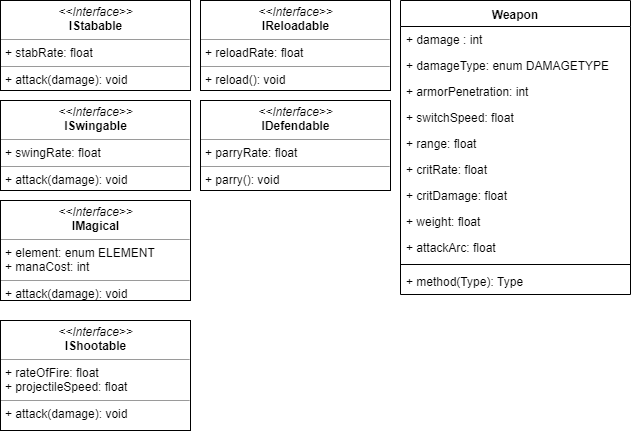
Opelsi/Prototype100 keeps this draw.io diagram as Weapons.png. Above is the earlier version. Source tidied: cells renumbered, new cells last; positions are measured from the earlier drawing's top-left corner, leaving out a move shared by most shapes.
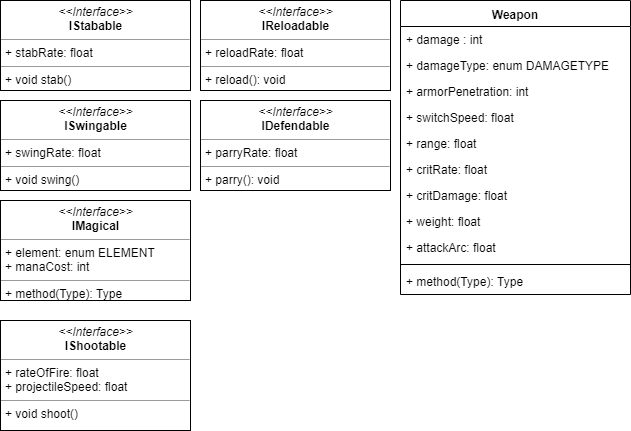
After the commit.

The edit, as a diff of the source:
```diff
@@ -38,22 +38,22 @@
     <mxCell id="13" value="+ method(Type): Type" style="text;strokeColor=none;fillColor=none;align=left;verticalAlign=top;spacingLeft=4;spacingRight=4;overflow=hidden;" parent="2" vertex="1">
       <mxGeometry y="268" width="230" height="26" as="geometry" />
     </mxCell>
-    <mxCell id="14" value="&lt;p style=&quot;margin: 0px ; margin-top: 4px ; text-align: center&quot;&gt;&lt;i&gt;&amp;lt;&amp;lt;Interface&amp;gt;&amp;gt;&lt;/i&gt;&lt;br&gt;&lt;b&gt;IMagical&lt;/b&gt;&lt;/p&gt;&lt;hr size=&quot;1&quot;&gt;&lt;p style=&quot;margin: 0px ; margin-left: 4px&quot;&gt;+ element: enum ELEMENT&lt;/p&gt;&lt;p style=&quot;margin: 0px ; margin-left: 4px&quot;&gt;+ manaCost: int&lt;/p&gt;&lt;hr size=&quot;1&quot;&gt;&lt;p style=&quot;margin: 0px ; margin-left: 4px&quot;&gt;+ attack(damage): void&lt;/p&gt;" style="verticalAlign=top;align=left;overflow=fill;fontSize=12;fontFamily=Helvetica;html=1;" parent="1" vertex="1">
+    <mxCell id="14" value="&lt;p style=&quot;margin: 0px ; margin-top: 4px ; text-align: center&quot;&gt;&lt;i&gt;&amp;lt;&amp;lt;Interface&amp;gt;&amp;gt;&lt;/i&gt;&lt;br&gt;&lt;b&gt;IMagical&lt;/b&gt;&lt;/p&gt;&lt;hr size=&quot;1&quot;&gt;&lt;p style=&quot;margin: 0px ; margin-left: 4px&quot;&gt;+ element: enum ELEMENT&lt;/p&gt;&lt;p style=&quot;margin: 0px ; margin-left: 4px&quot;&gt;+ manaCost: int&lt;/p&gt;&lt;hr size=&quot;1&quot;&gt;&lt;p style=&quot;margin: 0px ; margin-left: 4px&quot;&gt;+ method(Type): Type&lt;br&gt;&lt;/p&gt;" style="verticalAlign=top;align=left;overflow=fill;fontSize=12;fontFamily=Helvetica;html=1;" parent="1" vertex="1">
       <mxGeometry y="200" width="190" height="100" as="geometry" />
     </mxCell>
-    <mxCell id="15" value="&lt;p style=&quot;margin: 0px ; margin-top: 4px ; text-align: center&quot;&gt;&lt;i&gt;&amp;lt;&amp;lt;Interface&amp;gt;&amp;gt;&lt;/i&gt;&lt;br&gt;&lt;b&gt;ISwingable&lt;/b&gt;&lt;/p&gt;&lt;hr size=&quot;1&quot;&gt;&lt;p style=&quot;margin: 0px ; margin-left: 4px&quot;&gt;+ swingRate: float&lt;/p&gt;&lt;hr size=&quot;1&quot;&gt;&lt;p style=&quot;margin: 0px ; margin-left: 4px&quot;&gt;+ attack(damage): void&lt;/p&gt;" style="verticalAlign=top;align=left;overflow=fill;fontSize=12;fontFamily=Helvetica;html=1;" parent="1" vertex="1">
+    <mxCell id="15" value="&lt;p style=&quot;margin: 0px ; margin-top: 4px ; text-align: center&quot;&gt;&lt;i&gt;&amp;lt;&amp;lt;Interface&amp;gt;&amp;gt;&lt;/i&gt;&lt;br&gt;&lt;b&gt;ISwingable&lt;/b&gt;&lt;/p&gt;&lt;hr size=&quot;1&quot;&gt;&lt;p style=&quot;margin: 0px ; margin-left: 4px&quot;&gt;+ swingRate: float&lt;/p&gt;&lt;hr size=&quot;1&quot;&gt;&lt;p style=&quot;margin: 0px ; margin-left: 4px&quot;&gt;+ void swing()&lt;/p&gt;" style="verticalAlign=top;align=left;overflow=fill;fontSize=12;fontFamily=Helvetica;html=1;" parent="1" vertex="1">
       <mxGeometry y="100" width="190" height="90" as="geometry" />
     </mxCell>
     <mxCell id="16" value="&lt;p style=&quot;margin: 0px ; margin-top: 4px ; text-align: center&quot;&gt;&lt;i&gt;&amp;lt;&amp;lt;Interface&amp;gt;&amp;gt;&lt;/i&gt;&lt;br&gt;&lt;b&gt;IDefendable&lt;/b&gt;&lt;/p&gt;&lt;hr size=&quot;1&quot;&gt;&lt;p style=&quot;margin: 0px ; margin-left: 4px&quot;&gt;+ parryRate: float&lt;/p&gt;&lt;hr size=&quot;1&quot;&gt;&lt;p style=&quot;margin: 0px ; margin-left: 4px&quot;&gt;+ parry(): void&lt;/p&gt;" style="verticalAlign=top;align=left;overflow=fill;fontSize=12;fontFamily=Helvetica;html=1;" parent="1" vertex="1">
       <mxGeometry x="200" y="100" width="190" height="90" as="geometry" />
     </mxCell>
-    <mxCell id="17" value="&lt;p style=&quot;margin: 0px ; margin-top: 4px ; text-align: center&quot;&gt;&lt;i&gt;&amp;lt;&amp;lt;Interface&amp;gt;&amp;gt;&lt;/i&gt;&lt;br&gt;&lt;b&gt;IShootable&lt;/b&gt;&lt;/p&gt;&lt;hr size=&quot;1&quot;&gt;&lt;p style=&quot;margin: 0px ; margin-left: 4px&quot;&gt;+ rateOfFire: float&lt;/p&gt;&lt;p style=&quot;margin: 0px ; margin-left: 4px&quot;&gt;+ projectileSpeed: float&lt;/p&gt;&lt;hr size=&quot;1&quot;&gt;&lt;p style=&quot;margin: 0px ; margin-left: 4px&quot;&gt;+ attack(damage): void&lt;/p&gt;" style="verticalAlign=top;align=left;overflow=fill;fontSize=12;fontFamily=Helvetica;html=1;" parent="1" vertex="1">
+    <mxCell id="17" value="&lt;p style=&quot;margin: 0px ; margin-top: 4px ; text-align: center&quot;&gt;&lt;i&gt;&amp;lt;&amp;lt;Interface&amp;gt;&amp;gt;&lt;/i&gt;&lt;br&gt;&lt;b&gt;IShootable&lt;/b&gt;&lt;/p&gt;&lt;hr size=&quot;1&quot;&gt;&lt;p style=&quot;margin: 0px ; margin-left: 4px&quot;&gt;+ rateOfFire: float&lt;/p&gt;&lt;p style=&quot;margin: 0px ; margin-left: 4px&quot;&gt;+ projectileSpeed: float&lt;/p&gt;&lt;hr size=&quot;1&quot;&gt;&lt;p style=&quot;margin: 0px ; margin-left: 4px&quot;&gt;+ void shoot()&lt;/p&gt;" style="verticalAlign=top;align=left;overflow=fill;fontSize=12;fontFamily=Helvetica;html=1;" parent="1" vertex="1">
       <mxGeometry y="320" width="190" height="110" as="geometry" />
     </mxCell>
     <mxCell id="18" value="&lt;p style=&quot;margin: 0px ; margin-top: 4px ; text-align: center&quot;&gt;&lt;i&gt;&amp;lt;&amp;lt;Interface&amp;gt;&amp;gt;&lt;/i&gt;&lt;br&gt;&lt;b&gt;IReloadable&lt;/b&gt;&lt;/p&gt;&lt;hr size=&quot;1&quot;&gt;&lt;p style=&quot;margin: 0px ; margin-left: 4px&quot;&gt;+ reloadRate: float&lt;/p&gt;&lt;hr size=&quot;1&quot;&gt;&lt;p style=&quot;margin: 0px ; margin-left: 4px&quot;&gt;+ reload(): void&lt;/p&gt;" style="verticalAlign=top;align=left;overflow=fill;fontSize=12;fontFamily=Helvetica;html=1;" parent="1" vertex="1">
       <mxGeometry x="200" width="190" height="90" as="geometry" />
     </mxCell>
-    <mxCell id="19" value="&lt;p style=&quot;margin: 0px ; margin-top: 4px ; text-align: center&quot;&gt;&lt;i&gt;&amp;lt;&amp;lt;Interface&amp;gt;&amp;gt;&lt;/i&gt;&lt;br&gt;&lt;b&gt;IStabable&lt;/b&gt;&lt;/p&gt;&lt;hr size=&quot;1&quot;&gt;&lt;p style=&quot;margin: 0px ; margin-left: 4px&quot;&gt;+ stabRate: float&lt;/p&gt;&lt;hr size=&quot;1&quot;&gt;&lt;p style=&quot;margin: 0px ; margin-left: 4px&quot;&gt;+ attack(damage): void&lt;/p&gt;" style="verticalAlign=top;align=left;overflow=fill;fontSize=12;fontFamily=Helvetica;html=1;" parent="1" vertex="1">
+    <mxCell id="19" value="&lt;p style=&quot;margin: 0px ; margin-top: 4px ; text-align: center&quot;&gt;&lt;i&gt;&amp;lt;&amp;lt;Interface&amp;gt;&amp;gt;&lt;/i&gt;&lt;br&gt;&lt;b&gt;IStabable&lt;/b&gt;&lt;/p&gt;&lt;hr size=&quot;1&quot;&gt;&lt;p style=&quot;margin: 0px ; margin-left: 4px&quot;&gt;+ stabRate: float&lt;/p&gt;&lt;hr size=&quot;1&quot;&gt;&lt;p style=&quot;margin: 0px ; margin-left: 4px&quot;&gt;+ void stab()&lt;/p&gt;" style="verticalAlign=top;align=left;overflow=fill;fontSize=12;fontFamily=Helvetica;html=1;" parent="1" vertex="1">
       <mxGeometry width="190" height="90" as="geometry" />
     </mxCell>
   </root>
```
